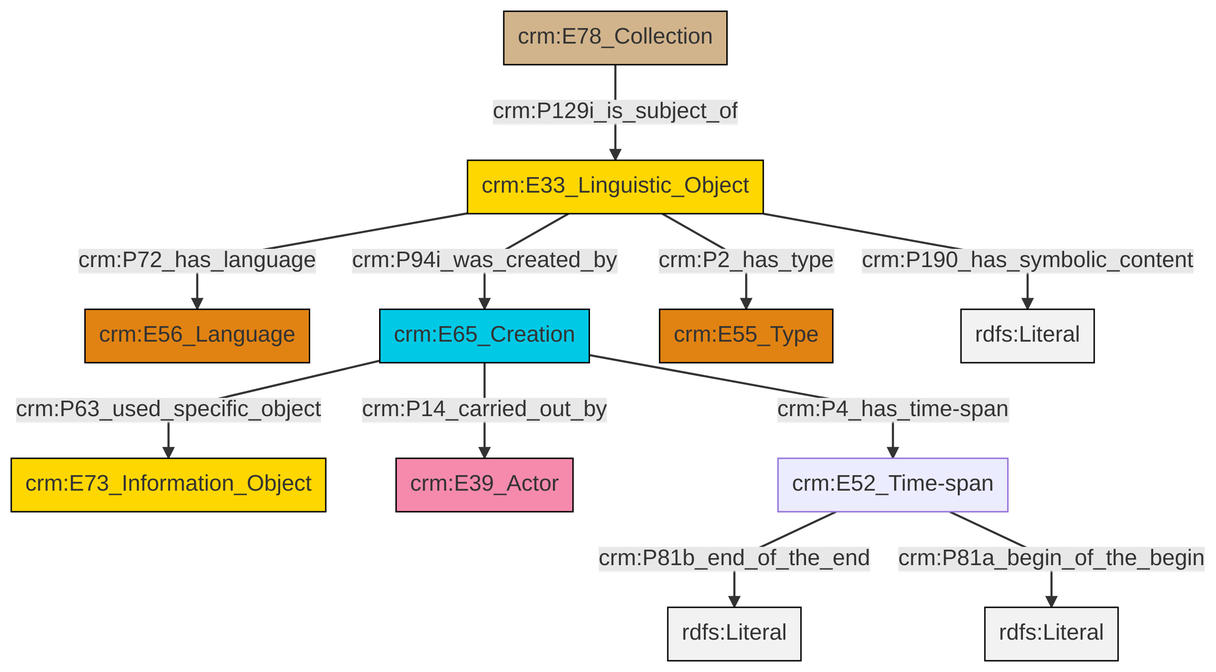
Earlier version of the Mermaid export et/archivalCSV/ttl/mmd/png/archival_desc.png (swiss-art-research-net/docs.swissartresearch). Its source is kept beside it as et/archivalCSV/ttl/mmd/archival_desc.ttl.mmd.
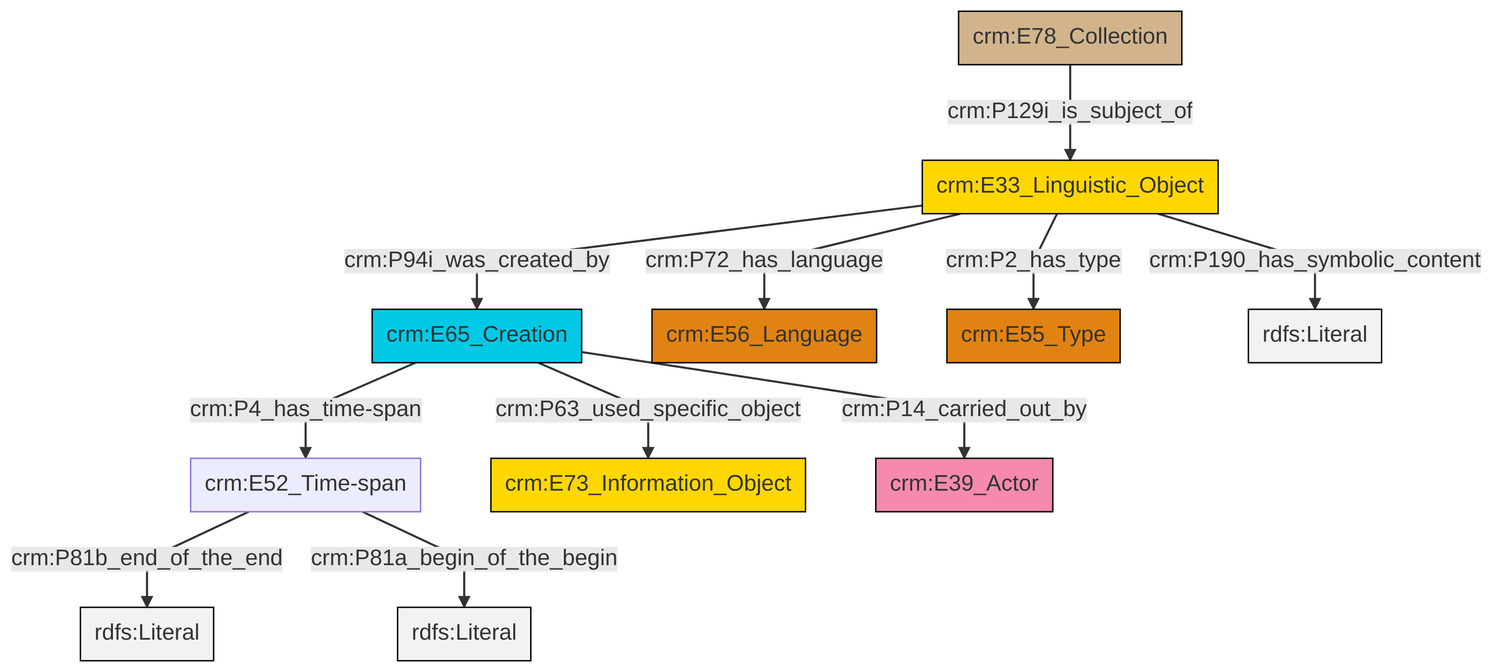
After the commit.

What changed in the source:
```diff
@@ -13,13 +13,13 @@
 classDef PC_Classes fill:#4ce600, stroke:#000000;
 classDef Multi fill:#cccccc,stroke:#000000;
 
-2["crm:E33_Linguistic_Object"]:::Conceptual_Object -->|crm:P94i_was_created_by| 3["crm:E65_Creation"]:::Temporal_Entity
-3["crm:E65_Creation"]:::Temporal_Entity -->|crm:P14_carried_out_by| 6["crm:E39_Actor"]:::Actor
-10["crm:E78_Collection"]:::Physical_Thing -->|crm:P129i_is_subject_of| 2["crm:E33_Linguistic_Object"]:::Conceptual_Object
+0["crm:E65_Creation"]:::Temporal_Entity -->|crm:P4_has_time-span| 1["crm:E52_Time-span"]:::Default
+2["crm:E33_Linguistic_Object"]:::Conceptual_Object -->|crm:P72_has_language| 3["crm:E56_Language"]:::Type
+6["crm:E78_Collection"]:::Physical_Thing -->|crm:P129i_is_subject_of| 2["crm:E33_Linguistic_Object"]:::Conceptual_Object
+1["crm:E52_Time-span"]:::Default -->|crm:P81b_end_of_the_end| 8[rdfs:Literal]:::Literal
+0["crm:E65_Creation"]:::Temporal_Entity -->|crm:P63_used_specific_object| 10["crm:E73_Information_Object"]:::Conceptual_Object
+2["crm:E33_Linguistic_Object"]:::Conceptual_Object -->|crm:P190_has_symbolic_content| 14[rdfs:Literal]:::Literal
+0["crm:E65_Creation"]:::Temporal_Entity -->|crm:P14_carried_out_by| 16["crm:E39_Actor"]:::Actor
+1["crm:E52_Time-span"]:::Default -->|crm:P81a_begin_of_the_begin| 17[rdfs:Literal]:::Literal
+2["crm:E33_Linguistic_Object"]:::Conceptual_Object -->|crm:P94i_was_created_by| 0["crm:E65_Creation"]:::Temporal_Entity
 2["crm:E33_Linguistic_Object"]:::Conceptual_Object -->|crm:P2_has_type| 11["crm:E55_Type"]:::Type
-8["crm:E52_Time-span"]:::Default -->|crm:P81b_end_of_the_end| 13[rdfs:Literal]:::Literal
-2["crm:E33_Linguistic_Object"]:::Conceptual_Object -->|crm:P72_has_language| 0["crm:E56_Language"]:::Type
-3["crm:E65_Creation"]:::Temporal_Entity -->|crm:P63_used_specific_object| 4["crm:E73_Information_Object"]:::Conceptual_Object
-3["crm:E65_Creation"]:::Temporal_Entity -->|crm:P4_has_time-span| 8["crm:E52_Time-span"]:::Default
-2["crm:E33_Linguistic_Object"]:::Conceptual_Object -->|crm:P190_has_symbolic_content| 16[rdfs:Literal]:::Literal
-8["crm:E52_Time-span"]:::Default -->|crm:P81a_begin_of_the_begin| 18[rdfs:Literal]:::Literal
```
